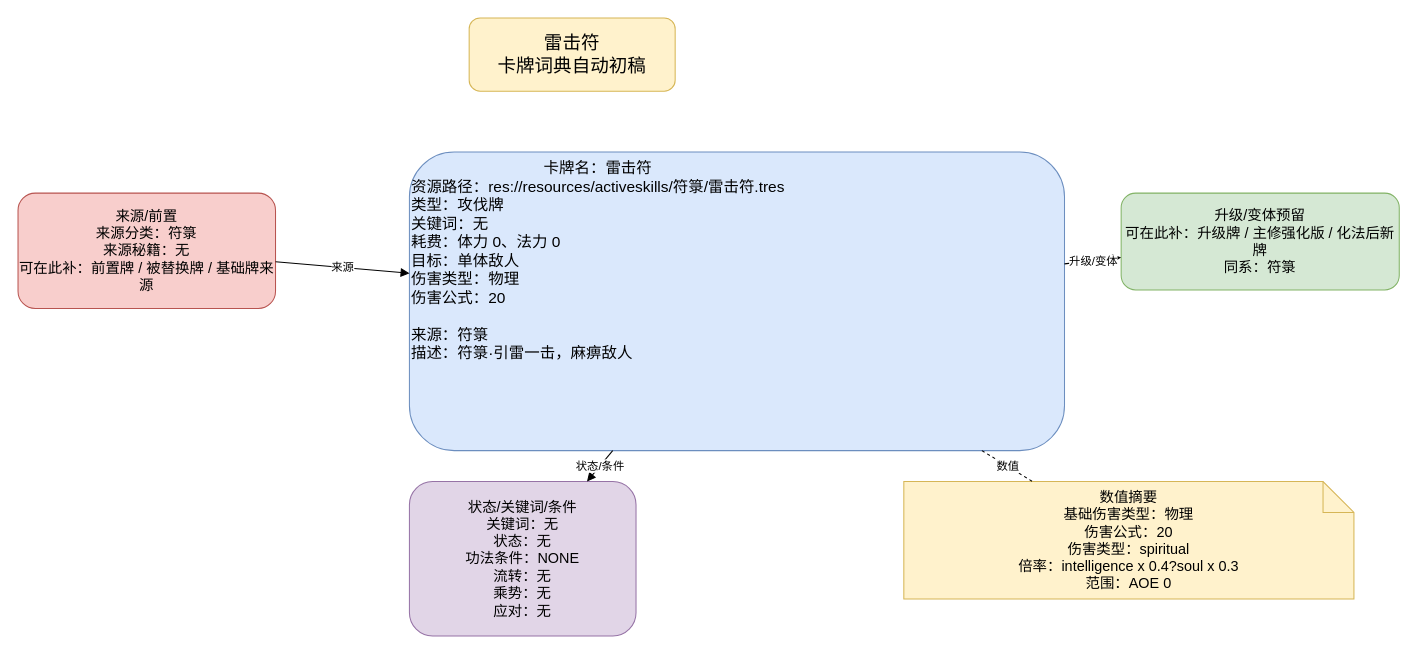
Before: docs/卡牌词典/符箓/雷击符.drawio in ankundanetracyc-spec/tian-guan-you-du, a draw.io diagram. Source tidied: cells renumbered, new cells numbered last; positions are measured from the earlier drawing's top-left corner, leaving out a move shared by most shapes. Both pictures are drawn from the tidied source at 103%, with x=0, y=0 at pixel (18, 18).
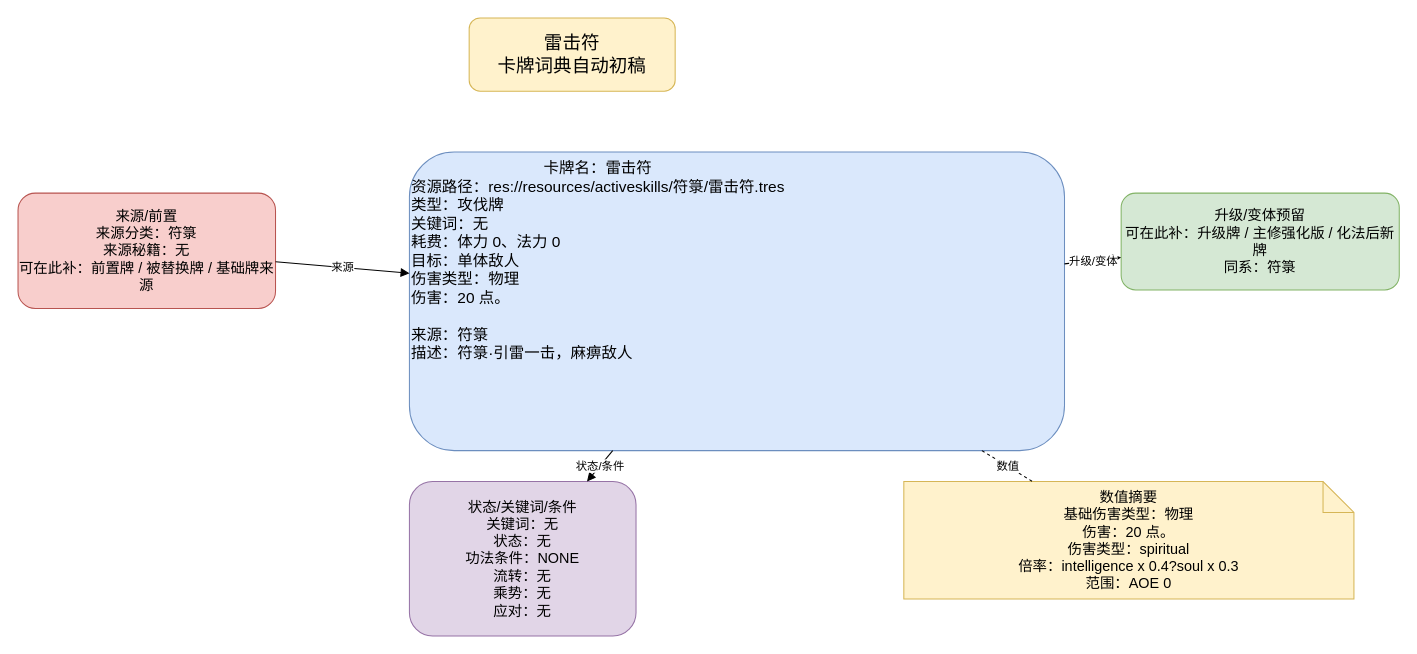
After the change.

What changed in the source:
```diff
@@
 <mxGraphModel>
   <root>
     <mxCell id="0" />
     <mxCell id="1" parent="0" />
     <mxCell id="2" value="雷击符&#10;卡牌词典自动初稿" style="rounded=1;whiteSpace=wrap;html=1;fillColor=#fff2cc;strokeColor=#d6b656;fontSize=18;" parent="1" vertex="1">
       <mxGeometry x="438" width="200" height="71" as="geometry" />
     </mxCell>
-    <mxCell id="3" value="&lt;div style=&quot;text-align:center;&quot;&gt;卡牌名：雷击符&lt;/div&gt;&lt;div style=&quot;text-align:left;&quot;&gt;资源路径：res://resources/activeskills/符箓/雷击符.tres&lt;br&gt;类型：攻伐牌&lt;br&gt;关键词：无&lt;br&gt;耗费：体力 0、法力 0&lt;br&gt;目标：单体敌人&lt;br&gt;伤害类型：物理&lt;br&gt;伤害公式：20&lt;/div&gt;&lt;br&gt;来源：符箓&lt;br&gt;描述：符箓·引雷一击，麻痹敌人" style="rounded=1;whiteSpace=wrap;html=1;fillColor=#dae8fc;strokeColor=#6c8ebf;fontSize=15;align=left;verticalAlign=top;" parent="1" vertex="1">
+    <mxCell id="3" value="&lt;div style=&quot;text-align:center;&quot;&gt;卡牌名：雷击符&lt;/div&gt;&lt;div style=&quot;text-align:left;&quot;&gt;资源路径：res://resources/activeskills/符箓/雷击符.tres&lt;br&gt;类型：攻伐牌&lt;br&gt;关键词：无&lt;br&gt;耗费：体力 0、法力 0&lt;br&gt;目标：单体敌人&lt;br&gt;伤害类型：物理&lt;br&gt;伤害：20 点。&lt;/div&gt;&lt;br&gt;来源：符箓&lt;br&gt;描述：符箓·引雷一击，麻痹敌人" style="rounded=1;whiteSpace=wrap;html=1;fillColor=#dae8fc;strokeColor=#6c8ebf;fontSize=15;align=left;verticalAlign=top;" parent="1" vertex="1">
       <mxGeometry x="380" y="130" width="636" height="290" as="geometry" />
     </mxCell>
     <mxCell id="4" value="来源/前置&#10;来源分类：符箓&#10;来源秘籍：无&#10;可在此补：前置牌 / 被替换牌 / 基础牌来源" style="rounded=1;whiteSpace=wrap;html=1;fillColor=#f8cecc;strokeColor=#b85450;fontSize=14;" parent="1" vertex="1">
       <mxGeometry y="170" width="250" height="112" as="geometry" />
     </mxCell>
     <mxCell id="5" value="升级/变体预留&#10;可在此补：升级牌 / 主修强化版 / 化法后新牌&#10;同系：符箓" style="rounded=1;whiteSpace=wrap;html=1;fillColor=#d5e8d4;strokeColor=#82b366;fontSize=14;" parent="1" vertex="1">
       <mxGeometry x="1071" y="170" width="270" height="94" as="geometry" />
     </mxCell>
     <mxCell id="6" value="状态/关键词/条件&#10;关键词：无&#10;状态：无&#10;功法条件：NONE&#10;流转：无&#10;乘势：无&#10;应对：无" style="rounded=1;whiteSpace=wrap;html=1;fillColor=#e1d5e7;strokeColor=#9673a6;fontSize=14;" parent="1" vertex="1">
       <mxGeometry x="380" y="450" width="220" height="150" as="geometry" />
     </mxCell>
-    <mxCell id="7" value="数值摘要&lt;br&gt;基础伤害类型：物理&lt;br&gt;伤害公式：20&lt;br&gt;伤害类型：spiritual&lt;br&gt;倍率：intelligence x 0.4?soul x 0.3&lt;br&gt;范围：AOE 0" style="shape=note;whiteSpace=wrap;html=1;fillColor=#fff2cc;strokeColor=#d6b656;fontSize=14;" parent="1" vertex="1">
+    <mxCell id="7" value="数值摘要&lt;br&gt;基础伤害类型：物理&lt;br&gt;伤害：20 点。&lt;br&gt;伤害类型：spiritual&lt;br&gt;倍率：intelligence x 0.4?soul x 0.3&lt;br&gt;范围：AOE 0" style="shape=note;whiteSpace=wrap;html=1;fillColor=#fff2cc;strokeColor=#d6b656;fontSize=14;" parent="1" vertex="1">
       <mxGeometry x="860" y="450" width="437" height="114" as="geometry" />
     </mxCell>
     <mxCell id="8" value="来源" style="endArrow=block;html=1;rounded=0;" parent="1" edge="1" source="4" target="3">
       <mxGeometry relative="1" as="geometry" />
     </mxCell>
     <mxCell id="9" value="升级/变体" style="endArrow=block;html=1;rounded=0;" parent="1" edge="1" source="3" target="5">
       <mxGeometry relative="1" as="geometry" />
     </mxCell>
     <mxCell id="10" value="状态/条件" style="endArrow=block;html=1;rounded=0;" parent="1" edge="1" source="3" target="6">
       <mxGeometry relative="1" as="geometry" />
     </mxCell>
     <mxCell id="11" value="数值" style="endArrow=none;dashed=1;html=1;" parent="1" edge="1" source="3" target="7">
       <mxGeometry relative="1" as="geometry" />
     </mxCell>
   </root>
 </mxGraphModel>
```
